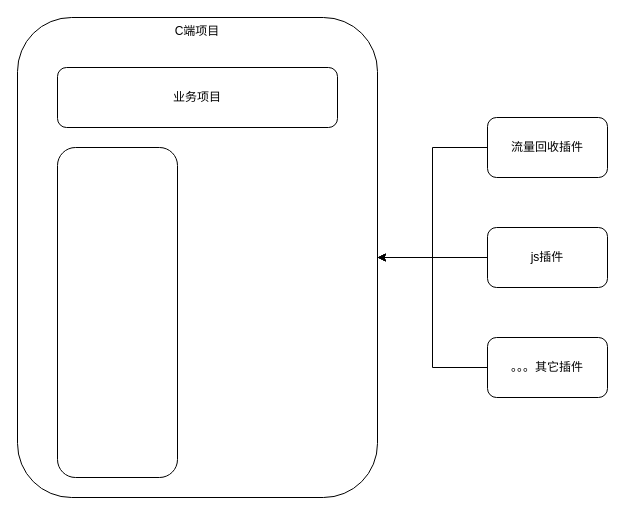
Earlier version of the draw.io diagram fe plugin.drawio (nicejacket/uml). Source tidied: cells renumbered, new cells numbered last; positions are measured from the earlier drawing's top-left corner, leaving out a move shared by most shapes. Both pictures are drawn from the tidied source at 100%, with x=0, y=0 at pixel (17, 17).
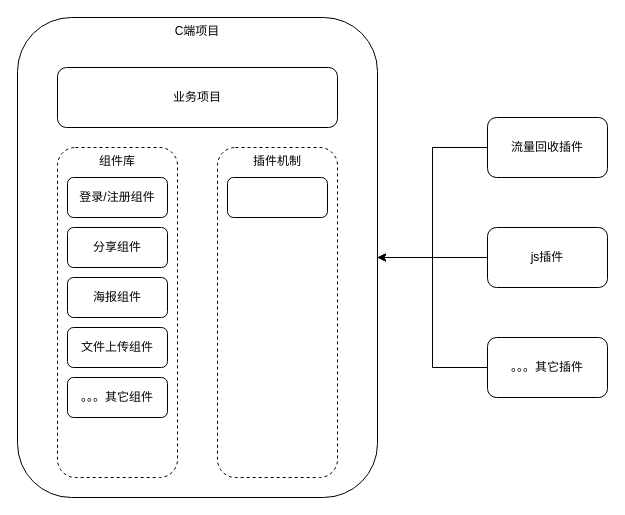
The same page after the edit.

Change to the diagram source:
```diff
@@
 <mxGraphModel>
   <root>
     <mxCell id="0" />
     <mxCell id="1" parent="0" />
     <mxCell id="2" value="C端项目" style="rounded=1;whiteSpace=wrap;html=1;verticalAlign=top;" parent="1" vertex="1">
       <mxGeometry width="360" height="480" as="geometry" />
     </mxCell>
     <mxCell id="3" value="业务项目" style="rounded=1;whiteSpace=wrap;html=1;" parent="1" vertex="1">
       <mxGeometry x="40" y="50" width="280" height="60" as="geometry" />
     </mxCell>
-    <mxCell id="4" style="rounded=1;whiteSpace=wrap;html=1;" parent="1" vertex="1">
+    <mxCell id="4" value="组件库" style="rounded=1;whiteSpace=wrap;html=1;dashed=1;verticalAlign=top;" parent="1" vertex="1">
       <mxGeometry x="40" y="130" width="120" height="330" as="geometry" />
     </mxCell>
     <mxCell id="5" style="edgeStyle=orthogonalEdgeStyle;rounded=0;jettySize=auto;html=1;entryX=1;entryY=0.5;entryDx=0;entryDy=0;" parent="1" edge="1" source="6" target="2">
       <mxGeometry relative="1" as="geometry" />
     </mxCell>
     <mxCell id="6" value="流量回收插件" style="rounded=1;whiteSpace=wrap;html=1;" parent="1" vertex="1">
       <mxGeometry x="470" y="100" width="120" height="60" as="geometry" />
     </mxCell>
     <mxCell id="7" style="edgeStyle=orthogonalEdgeStyle;rounded=0;jettySize=auto;html=1;exitX=0;exitY=0.5;exitDx=0;exitDy=0;" parent="1" edge="1" source="8">
       <mxGeometry relative="1" as="geometry">
         <mxPoint x="360" y="240" as="targetPoint" />
       </mxGeometry>
     </mxCell>
     <mxCell id="8" value="js插件" style="rounded=1;whiteSpace=wrap;html=1;" parent="1" vertex="1">
       <mxGeometry x="470" y="210" width="120" height="60" as="geometry" />
     </mxCell>
     <mxCell id="9" style="edgeStyle=orthogonalEdgeStyle;rounded=0;jettySize=auto;html=1;exitX=0;exitY=0.5;exitDx=0;exitDy=0;entryX=1;entryY=0.5;entryDx=0;entryDy=0;" parent="1" edge="1" source="10" target="2">
       <mxGeometry relative="1" as="geometry" />
     </mxCell>
     <mxCell id="10" value="。。。其它插件" style="rounded=1;whiteSpace=wrap;html=1;" parent="1" vertex="1">
       <mxGeometry x="470" y="320" width="120" height="60" as="geometry" />
     </mxCell>
+    <mxCell id="11" value="登录/注册组件" style="rounded=1;whiteSpace=wrap;html=1;" parent="1" vertex="1">
+      <mxGeometry x="50" y="160" width="100" height="40" as="geometry" />
+    </mxCell>
+    <mxCell id="12" value="分享组件" style="rounded=1;whiteSpace=wrap;html=1;" parent="1" vertex="1">
+      <mxGeometry x="50" y="210" width="100" height="40" as="geometry" />
+    </mxCell>
+    <mxCell id="13" value="海报组件" style="rounded=1;whiteSpace=wrap;html=1;" parent="1" vertex="1">
+      <mxGeometry x="50" y="260" width="100" height="40" as="geometry" />
+    </mxCell>
+    <mxCell id="14" value="文件上传组件" style="rounded=1;whiteSpace=wrap;html=1;" parent="1" vertex="1">
+      <mxGeometry x="50" y="310" width="100" height="40" as="geometry" />
+    </mxCell>
+    <mxCell id="15" value="。。。其它组件" style="rounded=1;whiteSpace=wrap;html=1;" parent="1" vertex="1">
+      <mxGeometry x="50" y="360" width="100" height="40" as="geometry" />
+    </mxCell>
+    <mxCell id="16" value="插件机制" style="rounded=1;whiteSpace=wrap;html=1;dashed=1;verticalAlign=top;" parent="1" vertex="1">
+      <mxGeometry x="200" y="130" width="120" height="330" as="geometry" />
+    </mxCell>
+    <mxCell id="17" style="rounded=1;whiteSpace=wrap;html=1;" parent="1" vertex="1">
+      <mxGeometry x="210" y="160" width="100" height="40" as="geometry" />
+    </mxCell>
   </root>
 </mxGraphModel>
```
